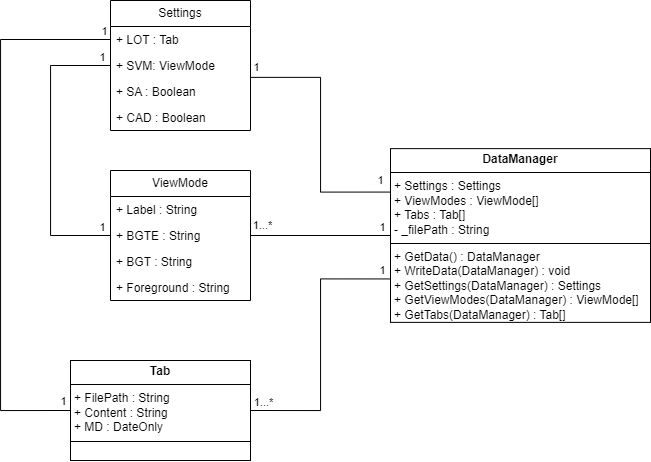
Earlier version of the draw.io export Drafts/ClassDiagrams.drawio.png (scholzandre/BetterEditor). Source tidied: cells renumbered, new cells last; positions are measured from the earlier drawing's top-left corner, leaving out a move shared by most shapes.
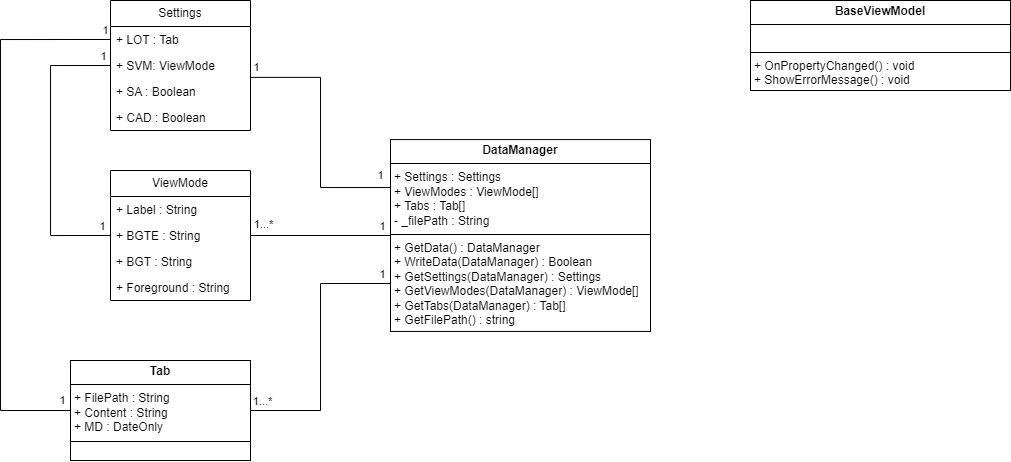
Later version of the same file.

Commit message:
#update class diagrams - add BaseViewModel

The edit, as a diff of the source:
```diff
@@ -74,8 +74,8 @@
     <mxCell id="21" value="&lt;p style=&quot;margin:0px;margin-top:4px;text-align:center;&quot;&gt;&lt;b&gt;Tab&lt;/b&gt;&lt;/p&gt;&lt;hr size=&quot;1&quot; style=&quot;border-style:solid;&quot;&gt;&lt;p style=&quot;margin:0px;margin-left:4px;&quot;&gt;+ FilePath : String&lt;/p&gt;&lt;p style=&quot;margin:0px;margin-left:4px;&quot;&gt;+ Content : String&lt;/p&gt;&lt;p style=&quot;margin:0px;margin-left:4px;&quot;&gt;+ MD : DateOnly&lt;/p&gt;&lt;hr size=&quot;1&quot; style=&quot;border-style:solid;&quot;&gt;&lt;p style=&quot;margin:0px;margin-left:4px;&quot;&gt;&lt;br&gt;&lt;/p&gt;" style="verticalAlign=top;align=left;overflow=fill;html=1;whiteSpace=wrap;" parent="1" vertex="1">
       <mxGeometry x="70" y="360" width="180" height="100" as="geometry" />
     </mxCell>
-    <mxCell id="22" value="&lt;p style=&quot;margin:0px;margin-top:4px;text-align:center;&quot;&gt;&lt;b&gt;DataManager&lt;/b&gt;&lt;/p&gt;&lt;hr size=&quot;1&quot; style=&quot;border-style:solid;&quot;&gt;&lt;p style=&quot;margin:0px;margin-left:4px;&quot;&gt;+ Settings : Settings&lt;/p&gt;&lt;p style=&quot;margin:0px;margin-left:4px;&quot;&gt;+ ViewModes : ViewMode[]&lt;/p&gt;&lt;p style=&quot;margin:0px;margin-left:4px;&quot;&gt;+ Tabs : Tab[]&lt;/p&gt;&lt;p style=&quot;margin:0px;margin-left:4px;&quot;&gt;- _filePath : String&lt;/p&gt;&lt;hr size=&quot;1&quot; style=&quot;border-style:solid;&quot;&gt;&lt;p style=&quot;margin:0px;margin-left:4px;&quot;&gt;+ GetData() : DataManager&lt;/p&gt;&lt;p style=&quot;margin:0px;margin-left:4px;&quot;&gt;+ WriteData(DataManager) : void&lt;/p&gt;&lt;p style=&quot;margin:0px;margin-left:4px;&quot;&gt;+ GetSettings(DataManager) : Settings&lt;/p&gt;&lt;p style=&quot;margin:0px;margin-left:4px;&quot;&gt;+ GetViewModes(DataManager) : ViewMode[]&lt;/p&gt;&lt;p style=&quot;margin:0px;margin-left:4px;&quot;&gt;+ GetTabs(DataManager) : Tab[]&lt;span style=&quot;background-color: initial;&quot;&gt;&amp;nbsp;&lt;/span&gt;&lt;/p&gt;" style="verticalAlign=top;align=left;overflow=fill;html=1;whiteSpace=wrap;" parent="1" vertex="1">
-      <mxGeometry x="390" y="148.1" width="260" height="173.8" as="geometry" />
+    <mxCell id="22" value="&lt;p style=&quot;margin:0px;margin-top:4px;text-align:center;&quot;&gt;&lt;b&gt;DataManager&lt;/b&gt;&lt;/p&gt;&lt;hr size=&quot;1&quot; style=&quot;border-style:solid;&quot;&gt;&lt;p style=&quot;margin:0px;margin-left:4px;&quot;&gt;+ Settings : Settings&lt;/p&gt;&lt;p style=&quot;margin:0px;margin-left:4px;&quot;&gt;+ ViewModes : ViewMode[]&lt;/p&gt;&lt;p style=&quot;margin:0px;margin-left:4px;&quot;&gt;+ Tabs : Tab[]&lt;/p&gt;&lt;p style=&quot;margin:0px;margin-left:4px;&quot;&gt;- _filePath : String&lt;/p&gt;&lt;hr size=&quot;1&quot; style=&quot;border-style:solid;&quot;&gt;&lt;p style=&quot;margin:0px;margin-left:4px;&quot;&gt;+ GetData() : DataManager&lt;/p&gt;&lt;p style=&quot;margin:0px;margin-left:4px;&quot;&gt;+ WriteData(DataManager) : Boolean&lt;/p&gt;&lt;p style=&quot;margin:0px;margin-left:4px;&quot;&gt;+ GetSettings(DataManager) : Settings&lt;/p&gt;&lt;p style=&quot;margin:0px;margin-left:4px;&quot;&gt;+ GetViewModes(DataManager) : ViewMode[]&lt;/p&gt;&lt;p style=&quot;margin:0px;margin-left:4px;&quot;&gt;+ GetTabs(DataManager) : Tab[]&lt;span style=&quot;background-color: initial;&quot;&gt;&amp;nbsp;&lt;/span&gt;&lt;/p&gt;&lt;p style=&quot;margin:0px;margin-left:4px;&quot;&gt;&lt;span style=&quot;background-color: initial;&quot;&gt;+ GetFilePath() : string&lt;/span&gt;&lt;/p&gt;" style="verticalAlign=top;align=left;overflow=fill;html=1;whiteSpace=wrap;" parent="1" vertex="1">
+      <mxGeometry x="390" y="139.1" width="260" height="191.9" as="geometry" />
     </mxCell>
     <mxCell id="23" style="edgeStyle=orthogonalEdgeStyle;rounded=0;jettySize=auto;html=1;exitX=0;exitY=0.5;exitDx=0;exitDy=0;entryX=0;entryY=0.5;entryDx=0;entryDy=0;endArrow=none;endFill=0;" parent="1" edge="1" source="3" target="21">
       <mxGeometry relative="1" as="geometry">
@@ -113,5 +113,8 @@
         <mxPoint x="4" y="-9" as="offset" />
       </mxGeometry>
     </mxCell>
+    <mxCell id="29" value="&lt;p style=&quot;margin:0px;margin-top:4px;text-align:center;&quot;&gt;&lt;b&gt;BaseViewModel&lt;/b&gt;&lt;/p&gt;&lt;hr size=&quot;1&quot; style=&quot;border-style:solid;&quot;&gt;&lt;p style=&quot;margin:0px;margin-left:4px;&quot;&gt;&lt;br&gt;&lt;/p&gt;&lt;hr size=&quot;1&quot; style=&quot;border-style:solid;&quot;&gt;&lt;p style=&quot;margin:0px;margin-left:4px;&quot;&gt;+ OnPropertyChanged() : void&lt;/p&gt;&lt;p style=&quot;margin:0px;margin-left:4px;&quot;&gt;+ ShowErrorMessage() : void&lt;/p&gt;" style="verticalAlign=top;align=left;overflow=fill;html=1;whiteSpace=wrap;" parent="1" vertex="1">
+      <mxGeometry x="750" width="260" height="90" as="geometry" />
+    </mxCell>
   </root>
 </mxGraphModel>
```
